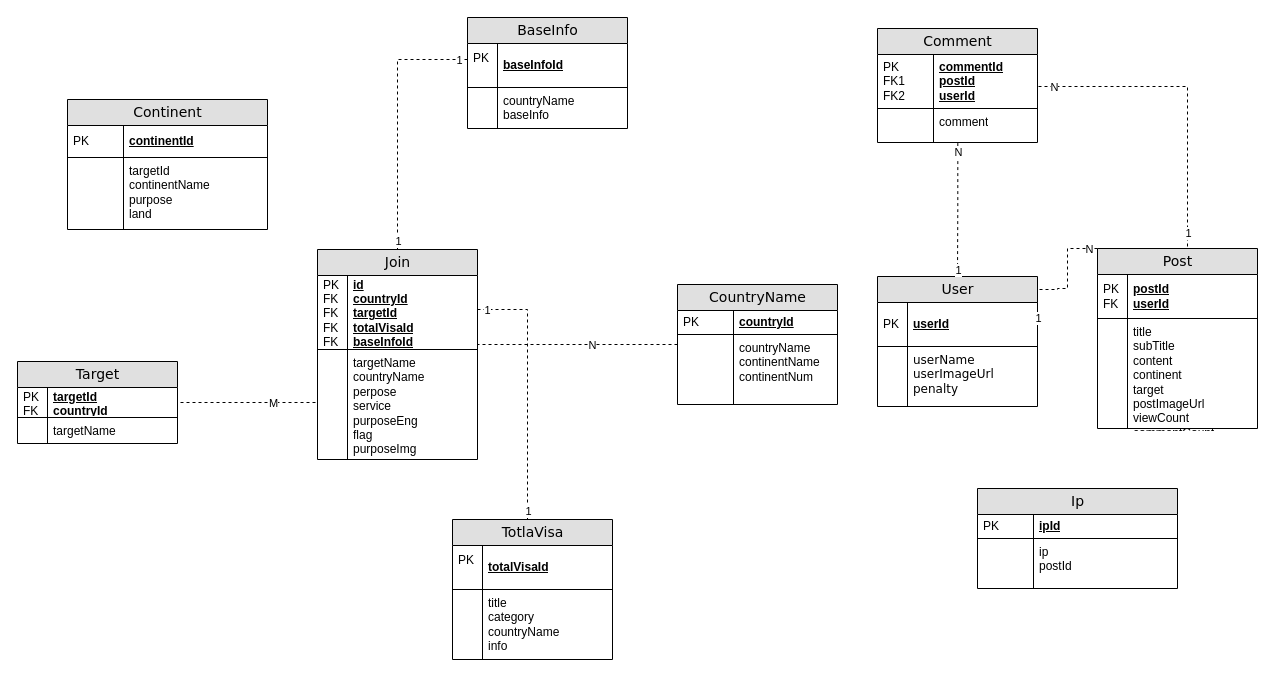
Before: ERD.drawio in qwe1234k/finalProjectERD, a draw.io diagram. Source tidied: cells renumbered, new cells numbered last; positions are measured from the earlier drawing's top-left corner, leaving out a move shared by most shapes. Both pictures are drawn from the tidied source at 100%, with x=0, y=0 at pixel (17, 17).
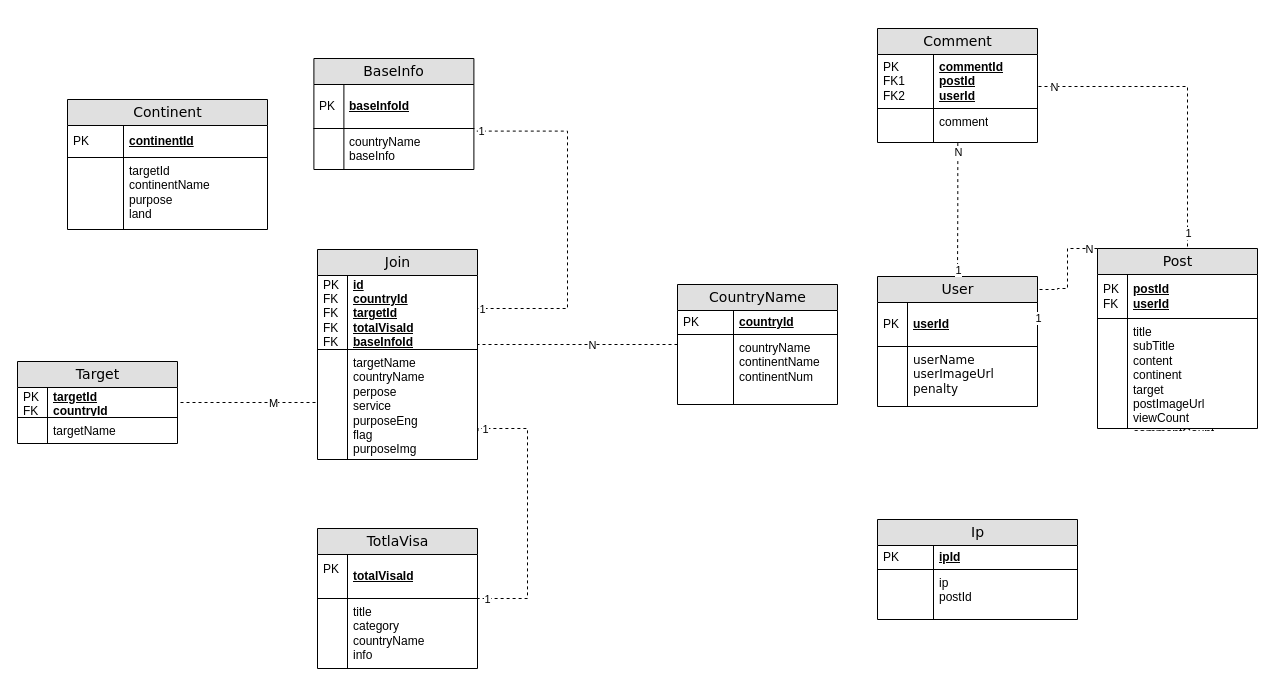
The same diagram, later.

Unchanged cells that the change refers to:
```xml
<mxCell id="52" value="Join" style="swimlane;html=1;fontStyle=0;horizontal=1;startSize=26;fillColor=#e0e0e0;swimlaneFillColor=#ffffff;align=center;rounded=0;shadow=0;comic=0;labelBackgroundColor=none;strokeWidth=1;fontFamily=Verdana;fontSize=14;swimlaneLine=1;" parent="1" vertex="1">
  <mxGeometry x="300" y="232" width="160" height="210" as="geometry" />
</mxCell>
<mxCell id="53" value="id&lt;br&gt;countryId&lt;br&gt;targetId&lt;br&gt;totalVisaId&lt;br&gt;baseInfoId" style="shape=partialRectangle;top=0;left=0;right=0;bottom=1;html=1;align=left;verticalAlign=middle;fillColor=none;spacingLeft=34;spacingRight=4;whiteSpace=wrap;overflow=hidden;points=[[0,0.5],[1,0.5]];portConstraint=eastwest;fontStyle=5;" parent="52" vertex="1">
  <mxGeometry y="26" width="160" height="74" as="geometry" />
</mxCell>
<mxCell id="55" value="targetName&lt;br&gt;countryName&lt;br&gt;perpose&lt;br&gt;service&lt;br&gt;purposeEng&lt;br&gt;flag&lt;br&gt;purposeImg" style="shape=partialRectangle;top=0;left=0;right=0;bottom=0;html=1;align=left;verticalAlign=top;fillColor=none;spacingLeft=34;spacingRight=4;whiteSpace=wrap;overflow=hidden;points=[[0,0.5],[1,0.5]];portConstraint=eastwest;" parent="52" vertex="1">
  <mxGeometry y="100" width="160" height="110" as="geometry" />
</mxCell>
<mxCell id="63" value="baseInfoId&lt;br&gt;" style="shape=partialRectangle;top=0;left=0;right=0;bottom=1;html=1;align=left;verticalAlign=middle;fillColor=none;spacingLeft=34;spacingRight=4;whiteSpace=wrap;overflow=hidden;fontStyle=5;" parent="62" vertex="1">
  <mxGeometry y="26" width="160" height="44" as="geometry" />
</mxCell>
<mxCell id="65" value="countryName&lt;br&gt;baseInfo&lt;br&gt;" style="shape=partialRectangle;top=0;left=0;right=0;bottom=0;html=1;align=left;verticalAlign=top;fillColor=none;spacingLeft=34;spacingRight=4;whiteSpace=wrap;overflow=hidden;points=[[0,0.5],[1,0.5]];portConstraint=eastwest;" parent="62" vertex="1">
  <mxGeometry y="70" width="160" height="40" as="geometry" />
</mxCell>
```

The edit, as a diff of the source:
```diff
@@
     <mxCell id="22" value="TotlaVisa" style="swimlane;html=1;fontStyle=0;horizontal=1;startSize=26;fillColor=#e0e0e0;swimlaneFillColor=#ffffff;align=center;rounded=0;shadow=0;comic=0;labelBackgroundColor=none;strokeWidth=1;fontFamily=Verdana;fontSize=14;swimlaneLine=1;" parent="1" vertex="1">
-      <mxGeometry x="435" y="502" width="160" height="140" as="geometry" />
+      <mxGeometry x="300" y="511" width="160" height="140" as="geometry" />
     </mxCell>
@@
-    <mxCell id="32" style="edgeStyle=orthogonalEdgeStyle;rounded=0;jettySize=auto;html=1;endArrow=none;endFill=0;dashed=1;" parent="1" edge="1" source="53" target="22">
+    <mxCell id="32" style="edgeStyle=orthogonalEdgeStyle;rounded=0;jettySize=auto;html=1;endArrow=none;endFill=0;dashed=1;exitX=1.003;exitY=0.742;exitDx=0;exitDy=0;exitPerimeter=0;" parent="1" edge="1" source="55" target="22">
       <mxGeometry relative="1" as="geometry">
         <Array as="points">
-          <mxPoint x="510" y="292" />
+          <mxPoint x="461" y="411" />
+          <mxPoint x="510" y="411" />
+          <mxPoint x="510" y="581" />
         </Array>
       </mxGeometry>
     </mxCell>
@@
     <mxCell id="47" value="Ip" style="swimlane;html=1;fontStyle=0;horizontal=1;startSize=26;fillColor=#e0e0e0;swimlaneFillColor=#ffffff;align=center;rounded=0;shadow=0;comic=0;labelBackgroundColor=none;strokeWidth=1;fontFamily=Verdana;fontSize=14;" parent="1" vertex="1">
-      <mxGeometry x="960" y="471" width="200" height="100" as="geometry" />
+      <mxGeometry x="860" y="502" width="200" height="100" as="geometry" />
     </mxCell>
@@
     <mxCell id="62" value="BaseInfo" style="swimlane;html=1;fontStyle=0;horizontal=1;startSize=26;fillColor=#e0e0e0;swimlaneFillColor=#ffffff;align=center;rounded=0;shadow=0;comic=0;labelBackgroundColor=none;strokeWidth=1;fontFamily=Verdana;fontSize=14;swimlaneLine=1;" parent="1" vertex="1">
-      <mxGeometry x="450" width="160" height="111" as="geometry" />
+      <mxGeometry x="296.4" y="41" width="160" height="111" as="geometry" />
     </mxCell>
@@
-    <mxCell id="64" value="PK&lt;br&gt;&lt;br&gt;" style="shape=partialRectangle;top=0;left=0;bottom=0;html=1;fillColor=none;align=left;verticalAlign=middle;spacingLeft=4;spacingRight=4;whiteSpace=wrap;overflow=hidden;" parent="63" vertex="1">
+    <mxCell id="64" value="PK" style="shape=partialRectangle;top=0;left=0;bottom=0;html=1;fillColor=none;align=left;verticalAlign=middle;spacingLeft=4;spacingRight=4;whiteSpace=wrap;overflow=hidden;" parent="63" vertex="1">
       <mxGeometry width="30" height="44" as="geometry" />
     </mxCell>
@@
-    <mxCell id="67" style="edgeStyle=orthogonalEdgeStyle;rounded=0;jettySize=auto;html=1;endArrow=none;endFill=0;dashed=1;entryX=0.5;entryY=0;entryDx=0;entryDy=0;" parent="1" edge="1" target="52">
+    <mxCell id="67" style="edgeStyle=orthogonalEdgeStyle;rounded=0;jettySize=auto;html=1;endArrow=none;endFill=0;dashed=1;entryX=1;entryY=0.5;entryDx=0;entryDy=0;exitX=1.018;exitY=0.065;exitDx=0;exitDy=0;exitPerimeter=0;" parent="1" edge="1" source="65" target="53">
       <mxGeometry relative="1" as="geometry">
-        <mxPoint x="450" y="42" as="sourcePoint" />
         <Array as="points">
-          <mxPoint x="380" y="42" />
+          <mxPoint x="550" y="114" />
+          <mxPoint x="550" y="291" />
+          <mxPoint x="460" y="291" />
         </Array>
       </mxGeometry>
     </mxCell>
     <mxCell id="68" value="1" style="edgeLabel;html=1;align=center;verticalAlign=middle;" parent="67" vertex="1">
-      <mxGeometry x="-0.93" relative="1" as="geometry" />
+      <mxGeometry x="-0.93" relative="1" as="geometry">
+        <mxPoint x="-9" as="offset" />
+      </mxGeometry>
     </mxCell>
     <mxCell id="69" value="1" style="edgeLabel;html=1;align=center;verticalAlign=middle;" parent="67" vertex="1">
-      <mxGeometry x="0.93" relative="1" as="geometry" />
+      <mxGeometry x="0.93" relative="1" as="geometry">
+        <mxPoint x="-5" as="offset" />
+      </mxGeometry>
     </mxCell>
```
